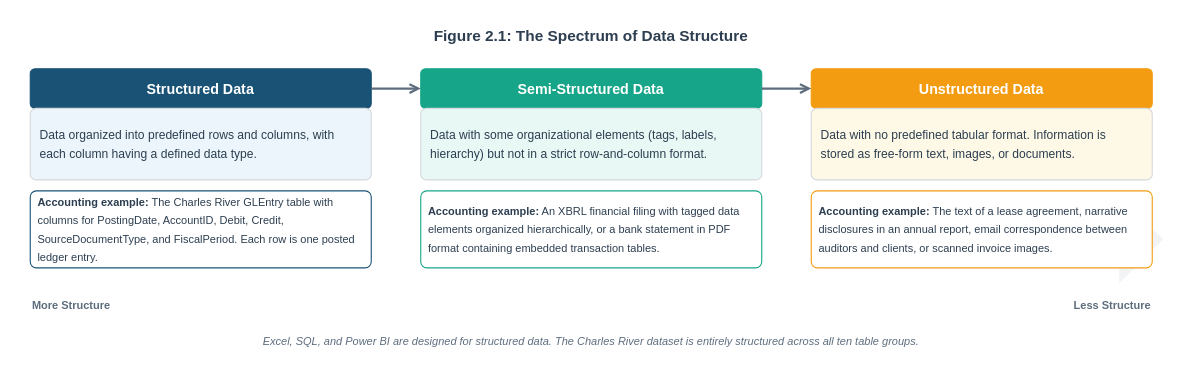
Earlier version of the draw.io diagram visuals/src/fig-02-01-spectrum-data-structure.drawio (mmcodesso/Accounting_Analytics_Book). Source tidied: cells renumbered, new cells numbered last; positions are measured from the earlier drawing's top-left corner, leaving out a move shared by most shapes. Both pictures are drawn from the tidied source at 110%, with x=0, y=0 at pixel (19, 19).
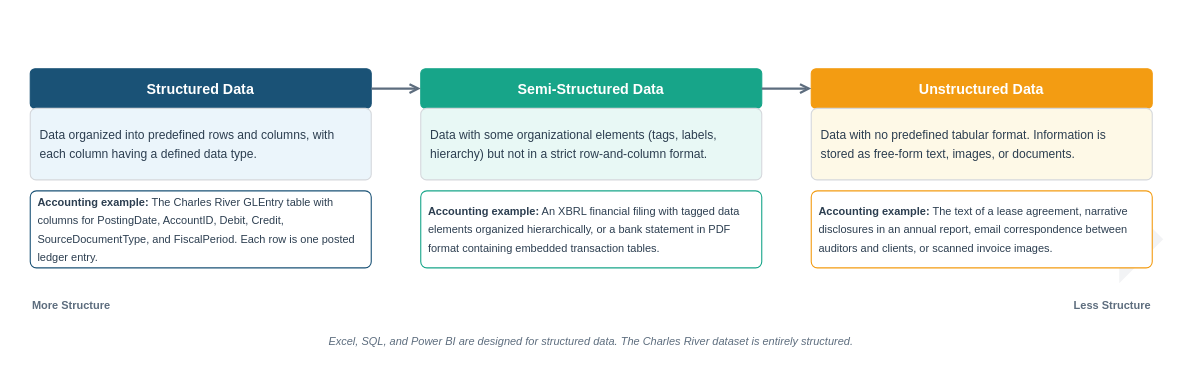
The same diagram, later.

Change to the diagram source:
```diff
@@
 <mxGraphModel>
   <root>
     <mxCell id="0" />
     <mxCell id="1" parent="0" />
-    <mxCell id="2" value="&lt;b&gt;Figure 2.1: The Spectrum of Data Structure&lt;/b&gt;" style="text;html=1;align=center;verticalAlign=middle;whiteSpace=wrap;fontSize=14;fontColor=#2C3E50;fontFamily=Helvetica;" parent="1" vertex="1">
-      <mxGeometry x="170" width="700" height="30" as="geometry" />
-    </mxCell>
     <mxCell id="3" style="shape=mxgraph.arrows2.arrow;dx=40;dy=14;notch=0;rounded=0;fillColor=#D5D8DC;strokeColor=none;opacity=30;" parent="1" vertex="1">
       <mxGeometry y="160" width="1040" height="80" as="geometry" />
     </mxCell>
     <mxCell id="4" value="&lt;b&gt;More Structure&lt;/b&gt;" style="text;html=1;align=left;verticalAlign=middle;fontSize=10;fontColor=#5D6D7E;fontFamily=Helvetica;" parent="1" vertex="1">
       <mxGeometry x="10" y="250" width="120" height="20" as="geometry" />
     </mxCell>
     <mxCell id="5" value="&lt;b&gt;Less Structure&lt;/b&gt;" style="text;html=1;align=right;verticalAlign=middle;fontSize=10;fontColor=#5D6D7E;fontFamily=Helvetica;" parent="1" vertex="1">
       <mxGeometry x="910" y="250" width="120" height="20" as="geometry" />
     </mxCell>
     <mxCell id="6" value="&lt;font color=&quot;#FFFFFF&quot;&gt;&lt;b&gt;Structured Data&lt;/b&gt;&lt;/font&gt;" style="rounded=1;whiteSpace=wrap;html=1;fillColor=#1A5276;strokeColor=#1A5276;arcSize=12;verticalAlign=middle;fontSize=13;fontFamily=Helvetica;" parent="1" vertex="1">
       <mxGeometry x="10" y="45" width="310" height="36" as="geometry" />
     </mxCell>
     <mxCell id="7" value="&lt;div style=&quot;text-align:left;line-height:1.5;&quot;&gt;&lt;font style=&quot;font-size:11px;&quot; color=&quot;#2C3E50&quot;&gt;Data organized into predefined rows and columns, with each column having a defined data type.&lt;/font&gt;&lt;/div&gt;" style="rounded=1;whiteSpace=wrap;html=1;fillColor=#EBF5FB;strokeColor=#D5D8DC;arcSize=8;verticalAlign=top;spacing=10;fontFamily=Helvetica;" parent="1" vertex="1">
       <mxGeometry x="10" y="81" width="310" height="65" as="geometry" />
     </mxCell>
     <mxCell id="8" value="&lt;div style=&quot;text-align:left;line-height:1.4;&quot;&gt;&lt;font color=&quot;#2C3E50&quot; style=&quot;font-size:10px;&quot;&gt;&lt;b&gt;Accounting example:&lt;/b&gt; The Charles River GLEntry table with columns for PostingDate, AccountID, Debit, Credit, SourceDocumentType, and FiscalPeriod. Each row is one posted ledger entry.&lt;/font&gt;&lt;/div&gt;" style="rounded=1;whiteSpace=wrap;html=1;fillColor=#FFFFFF;strokeColor=#1A5276;strokeWidth=1;arcSize=8;verticalAlign=middle;spacing=8;fontFamily=Helvetica;" parent="1" vertex="1">
       <mxGeometry x="10" y="156" width="310" height="70" as="geometry" />
     </mxCell>
     <mxCell id="9" value="&lt;font color=&quot;#FFFFFF&quot;&gt;&lt;b&gt;Semi-Structured Data&lt;/b&gt;&lt;/font&gt;" style="rounded=1;whiteSpace=wrap;html=1;fillColor=#17A589;strokeColor=#17A589;arcSize=12;verticalAlign=middle;fontSize=13;fontFamily=Helvetica;" parent="1" vertex="1">
       <mxGeometry x="365" y="45" width="310" height="36" as="geometry" />
     </mxCell>
     <mxCell id="10" value="&lt;div style=&quot;text-align:left;line-height:1.5;&quot;&gt;&lt;font style=&quot;font-size:11px;&quot; color=&quot;#2C3E50&quot;&gt;Data with some organizational elements (tags, labels, hierarchy) but not in a strict row-and-column format.&lt;/font&gt;&lt;/div&gt;" style="rounded=1;whiteSpace=wrap;html=1;fillColor=#E8F8F5;strokeColor=#D5D8DC;arcSize=8;verticalAlign=top;spacing=10;fontFamily=Helvetica;" parent="1" vertex="1">
       <mxGeometry x="365" y="81" width="310" height="65" as="geometry" />
     </mxCell>
     <mxCell id="11" value="&lt;div style=&quot;text-align:left;line-height:1.4;&quot;&gt;&lt;font color=&quot;#2C3E50&quot; style=&quot;font-size:10px;&quot;&gt;&lt;b&gt;Accounting example:&lt;/b&gt; An XBRL financial filing with tagged data elements organized hierarchically, or a bank statement in PDF format containing embedded transaction tables.&lt;/font&gt;&lt;/div&gt;" style="rounded=1;whiteSpace=wrap;html=1;fillColor=#FFFFFF;strokeColor=#17A589;strokeWidth=1;arcSize=8;verticalAlign=middle;spacing=8;fontFamily=Helvetica;" parent="1" vertex="1">
       <mxGeometry x="365" y="156" width="310" height="70" as="geometry" />
     </mxCell>
     <mxCell id="12" value="&lt;font color=&quot;#FFFFFF&quot;&gt;&lt;b&gt;Unstructured Data&lt;/b&gt;&lt;/font&gt;" style="rounded=1;whiteSpace=wrap;html=1;fillColor=#F39C12;strokeColor=#F39C12;arcSize=12;verticalAlign=middle;fontSize=13;fontFamily=Helvetica;" parent="1" vertex="1">
       <mxGeometry x="720" y="45" width="310" height="36" as="geometry" />
     </mxCell>
     <mxCell id="13" value="&lt;div style=&quot;text-align:left;line-height:1.5;&quot;&gt;&lt;font style=&quot;font-size:11px;&quot; color=&quot;#2C3E50&quot;&gt;Data with no predefined tabular format. Information is stored as free-form text, images, or documents.&lt;/font&gt;&lt;/div&gt;" style="rounded=1;whiteSpace=wrap;html=1;fillColor=#FEF9E7;strokeColor=#D5D8DC;arcSize=8;verticalAlign=top;spacing=10;fontFamily=Helvetica;" parent="1" vertex="1">
       <mxGeometry x="720" y="81" width="310" height="65" as="geometry" />
     </mxCell>
     <mxCell id="14" value="&lt;div style=&quot;text-align:left;line-height:1.4;&quot;&gt;&lt;font color=&quot;#2C3E50&quot; style=&quot;font-size:10px;&quot;&gt;&lt;b&gt;Accounting example:&lt;/b&gt; The text of a lease agreement, narrative disclosures in an annual report, email correspondence between auditors and clients, or scanned invoice images.&lt;/font&gt;&lt;/div&gt;" style="rounded=1;whiteSpace=wrap;html=1;fillColor=#FFFFFF;strokeColor=#F39C12;strokeWidth=1;arcSize=8;verticalAlign=middle;spacing=8;fontFamily=Helvetica;" parent="1" vertex="1">
       <mxGeometry x="720" y="156" width="310" height="70" as="geometry" />
     </mxCell>
     <mxCell id="15" style="edgeStyle=orthogonalEdgeStyle;rounded=0;jettySize=auto;exitX=1;exitY=0.5;exitDx=0;exitDy=0;entryX=0;entryY=0.5;entryDx=0;entryDy=0;strokeColor=#5D6D7E;strokeWidth=2;endArrow=open;endFill=0;" parent="1" edge="1" source="6" target="9">
       <mxGeometry relative="1" as="geometry" />
     </mxCell>
     <mxCell id="16" style="edgeStyle=orthogonalEdgeStyle;rounded=0;jettySize=auto;exitX=1;exitY=0.5;exitDx=0;exitDy=0;entryX=0;entryY=0.5;entryDx=0;entryDy=0;strokeColor=#5D6D7E;strokeWidth=2;endArrow=open;endFill=0;" parent="1" edge="1" source="9" target="12">
       <mxGeometry relative="1" as="geometry" />
     </mxCell>
-    <mxCell id="17" value="&lt;font color=&quot;#5D6D7E&quot; style=&quot;font-size:10px;&quot;&gt;&lt;i&gt;Excel, SQL, and Power BI are designed for structured data. The Charles River dataset is entirely structured across all ten table groups.&lt;/i&gt;&lt;/font&gt;" style="text;html=1;align=center;verticalAlign=middle;whiteSpace=wrap;fontFamily=Helvetica;" parent="1" vertex="1">
+    <mxCell id="17" value="&lt;font color=&quot;#5D6D7E&quot; style=&quot;font-size:10px;&quot;&gt;&lt;i&gt;Excel, SQL, and Power BI are designed for structured data. The Charles River dataset is entirely structured.&lt;/i&gt;&lt;/font&gt;" style="text;html=1;align=center;verticalAlign=middle;whiteSpace=wrap;fontFamily=Helvetica;" parent="1" vertex="1">
       <mxGeometry x="220" y="280" width="600" height="25" as="geometry" />
     </mxCell>
   </root>
 </mxGraphModel>
```
